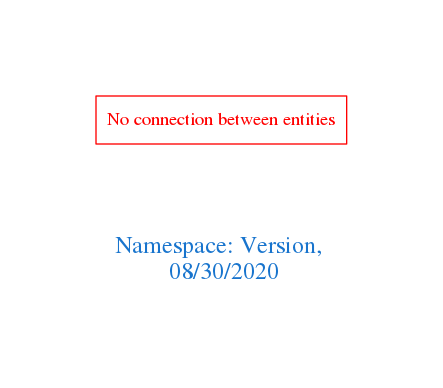
The Graphviz diagram downloads/Version.png in arago/OGIT, before a commit. Its source is kept beside it as downloads/Version.dot.
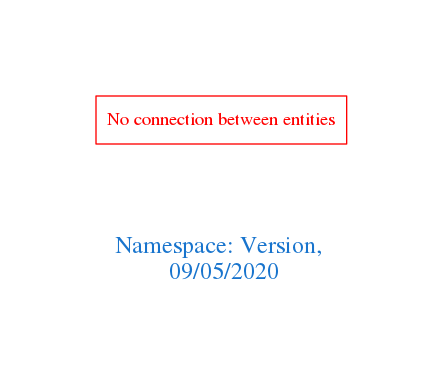
The same diagram one commit later.

Change to the diagram source:
```diff
@@ -1,7 +1,7 @@
 digraph OGIT_ontology {
  graph [ rankdir= LR,pad=1
 fontsize = 18,
-fontcolor= dodgerblue3,label = "\n\n\nNamespace: Version, \n 08/30/2020"];
+fontcolor= dodgerblue3,label = "\n\n\nNamespace: Version, \n 09/05/2020"];
 node[shape=polygon];
 edge [  color="gray81"];
 
```
